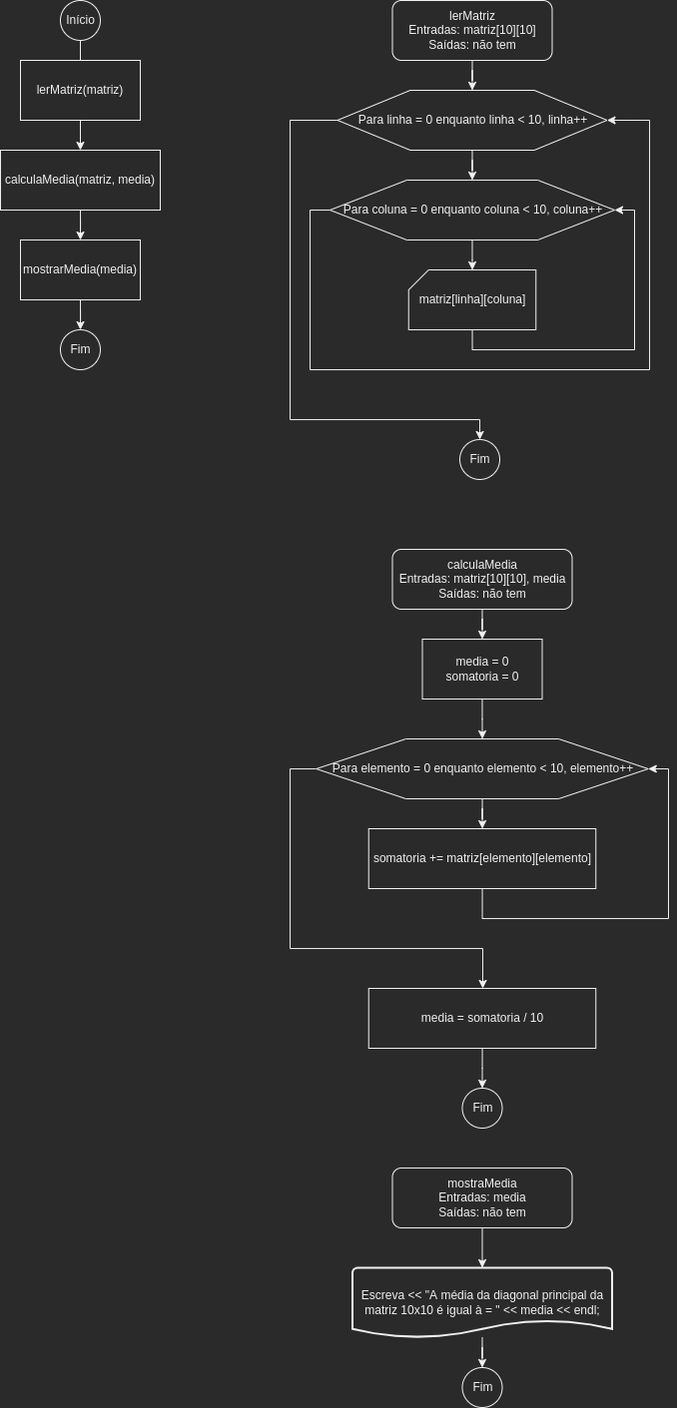
Above: semestre01/LOG1/Listas/Lista4-Vetores/Diagramas/imgs/ex1Matriz.drawio.png in Marchinner/Faculdade (draw.io), before the change. Source tidied: cells renumbered, new cells last; positions are measured from the earlier drawing's top-left corner, leaving out a move shared by most shapes. Its diagram source:
```xml
<mxGraphModel>
  <root>
    <mxCell id="0" />
    <mxCell id="1" parent="0" />
    <mxCell id="2" style="edgeStyle=orthogonalEdgeStyle;rounded=0;jettySize=auto;html=1;" parent="1" edge="1" source="3" target="6">
      <mxGeometry relative="1" as="geometry" />
    </mxCell>
    <mxCell id="3" value="Início" style="verticalLabelPosition=middle;verticalAlign=middle;html=1;shape=mxgraph.flowchart.on-page_reference;labelPosition=center;align=center;" parent="1" vertex="1">
      <mxGeometry x="60" width="40" height="40" as="geometry" />
    </mxCell>
    <mxCell id="4" value="lerMatriz(matriz)" style="rounded=0;whiteSpace=wrap;html=1;" parent="1" vertex="1">
      <mxGeometry x="20" y="60" width="120" height="60" as="geometry" />
    </mxCell>
    <mxCell id="5" style="edgeStyle=orthogonalEdgeStyle;rounded=0;jettySize=auto;html=1;" parent="1" edge="1" source="6" target="8">
      <mxGeometry relative="1" as="geometry" />
    </mxCell>
    <mxCell id="6" value="calculaMedia(matriz, media)" style="rounded=0;whiteSpace=wrap;html=1;" parent="1" vertex="1">
      <mxGeometry y="150" width="160" height="60" as="geometry" />
    </mxCell>
    <mxCell id="7" style="edgeStyle=orthogonalEdgeStyle;rounded=0;jettySize=auto;html=1;" parent="1" edge="1" source="8" target="9">
      <mxGeometry relative="1" as="geometry" />
    </mxCell>
    <mxCell id="8" value="mostrarMedia(media)" style="rounded=0;whiteSpace=wrap;html=1;" parent="1" vertex="1">
      <mxGeometry x="20" y="240" width="120" height="60" as="geometry" />
    </mxCell>
    <mxCell id="9" value="Fim" style="verticalLabelPosition=middle;verticalAlign=middle;html=1;shape=mxgraph.flowchart.on-page_reference;labelPosition=center;align=center;" parent="1" vertex="1">
      <mxGeometry x="60" y="330" width="40" height="40" as="geometry" />
    </mxCell>
    <mxCell id="10" style="edgeStyle=orthogonalEdgeStyle;rounded=0;jettySize=auto;html=1;" parent="1" edge="1" source="11" target="14">
      <mxGeometry relative="1" as="geometry" />
    </mxCell>
    <mxCell id="11" value="lerMatriz&lt;br&gt;Entradas: matriz[10][10]&lt;br&gt;Saídas: não tem" style="rounded=1;whiteSpace=wrap;html=1;" parent="1" vertex="1">
      <mxGeometry x="392.5" width="160" height="60" as="geometry" />
    </mxCell>
    <mxCell id="12" style="edgeStyle=orthogonalEdgeStyle;rounded=0;jettySize=auto;html=1;" parent="1" edge="1" source="14" target="17">
      <mxGeometry relative="1" as="geometry" />
    </mxCell>
    <mxCell id="13" style="edgeStyle=orthogonalEdgeStyle;rounded=0;jettySize=auto;html=1;" parent="1" edge="1" source="14" target="20">
      <mxGeometry relative="1" as="geometry">
        <Array as="points">
          <mxPoint x="290" y="120" />
          <mxPoint x="290" y="420" />
          <mxPoint x="480" y="420" />
        </Array>
      </mxGeometry>
    </mxCell>
    <mxCell id="14" value="Para linha = 0 enquanto linha &amp;lt; 10, linha++" style="verticalLabelPosition=middle;verticalAlign=middle;html=1;shape=hexagon;perimeter=hexagonPerimeter2;arcSize=6;size=0.27;labelPosition=center;align=center;" parent="1" vertex="1">
      <mxGeometry x="337.5" y="90" width="270" height="60" as="geometry" />
    </mxCell>
    <mxCell id="15" style="edgeStyle=orthogonalEdgeStyle;rounded=0;jettySize=auto;html=1;" parent="1" edge="1" source="17" target="19">
      <mxGeometry relative="1" as="geometry" />
    </mxCell>
    <mxCell id="16" style="edgeStyle=orthogonalEdgeStyle;rounded=0;jettySize=auto;html=1;entryX=1;entryY=0.5;entryDx=0;entryDy=0;" parent="1" edge="1" source="17" target="14">
      <mxGeometry relative="1" as="geometry">
        <Array as="points">
          <mxPoint x="310" y="210" />
          <mxPoint x="310" y="370" />
          <mxPoint x="650" y="370" />
          <mxPoint x="650" y="120" />
        </Array>
      </mxGeometry>
    </mxCell>
    <mxCell id="17" value="Para coluna = 0 enquanto coluna &amp;lt; 10, coluna++" style="verticalLabelPosition=middle;verticalAlign=middle;html=1;shape=hexagon;perimeter=hexagonPerimeter2;arcSize=6;size=0.27;labelPosition=center;align=center;" parent="1" vertex="1">
      <mxGeometry x="330" y="180" width="285" height="60" as="geometry" />
    </mxCell>
    <mxCell id="18" style="edgeStyle=orthogonalEdgeStyle;rounded=0;jettySize=auto;html=1;entryX=1;entryY=0.5;entryDx=0;entryDy=0;" parent="1" edge="1" source="19" target="17">
      <mxGeometry relative="1" as="geometry">
        <Array as="points">
          <mxPoint x="473" y="350" />
          <mxPoint x="635" y="350" />
          <mxPoint x="635" y="210" />
        </Array>
      </mxGeometry>
    </mxCell>
    <mxCell id="19" value="matriz[linha][coluna]" style="verticalLabelPosition=middle;verticalAlign=middle;html=1;shape=card;whiteSpace=wrap;size=20;arcSize=12;labelPosition=center;align=center;" parent="1" vertex="1">
      <mxGeometry x="408.8" y="270" width="127.5" height="60" as="geometry" />
    </mxCell>
    <mxCell id="20" value="Fim" style="verticalLabelPosition=middle;verticalAlign=middle;html=1;shape=mxgraph.flowchart.on-page_reference;labelPosition=center;align=center;" parent="1" vertex="1">
      <mxGeometry x="460" y="440" width="40" height="40" as="geometry" />
    </mxCell>
    <mxCell id="21" style="edgeStyle=orthogonalEdgeStyle;rounded=0;jettySize=auto;html=1;" parent="1" edge="1" source="22" target="27">
      <mxGeometry relative="1" as="geometry" />
    </mxCell>
    <mxCell id="22" value="calculaMedia&lt;br&gt;Entradas: matriz[10][10], media&lt;br&gt;Saídas: não tem" style="rounded=1;whiteSpace=wrap;html=1;" parent="1" vertex="1">
      <mxGeometry x="392.5" y="550" width="180" height="60" as="geometry" />
    </mxCell>
    <mxCell id="23" style="edgeStyle=orthogonalEdgeStyle;rounded=0;jettySize=auto;html=1;" parent="1" edge="1" source="25" target="29">
      <mxGeometry relative="1" as="geometry" />
    </mxCell>
    <mxCell id="24" style="edgeStyle=orthogonalEdgeStyle;rounded=0;jettySize=auto;html=1;" parent="1" edge="1" source="25" target="31">
      <mxGeometry relative="1" as="geometry">
        <Array as="points">
          <mxPoint x="290" y="770" />
          <mxPoint x="290" y="950" />
          <mxPoint x="483" y="950" />
        </Array>
      </mxGeometry>
    </mxCell>
    <mxCell id="25" value="Para elemento = 0 enquanto elemento &amp;lt; 10, elemento++" style="verticalLabelPosition=middle;verticalAlign=middle;html=1;shape=hexagon;perimeter=hexagonPerimeter2;arcSize=6;size=0.27;labelPosition=center;align=center;" parent="1" vertex="1">
      <mxGeometry x="316.2" y="740" width="332.5" height="60" as="geometry" />
    </mxCell>
    <mxCell id="26" style="edgeStyle=orthogonalEdgeStyle;rounded=0;jettySize=auto;html=1;" parent="1" edge="1" source="27" target="25">
      <mxGeometry relative="1" as="geometry" />
    </mxCell>
    <mxCell id="27" value="media = 0&lt;br&gt;somatoria = 0" style="rounded=0;whiteSpace=wrap;html=1;" parent="1" vertex="1">
      <mxGeometry x="422.5" y="640" width="120" height="60" as="geometry" />
    </mxCell>
    <mxCell id="28" style="edgeStyle=orthogonalEdgeStyle;rounded=0;jettySize=auto;html=1;entryX=1;entryY=0.5;entryDx=0;entryDy=0;" parent="1" edge="1" source="29" target="25">
      <mxGeometry relative="1" as="geometry">
        <Array as="points">
          <mxPoint x="483" y="920" />
          <mxPoint x="669" y="920" />
          <mxPoint x="669" y="770" />
        </Array>
      </mxGeometry>
    </mxCell>
    <mxCell id="29" value="somatoria += matriz[elemento][elemento]" style="rounded=0;whiteSpace=wrap;html=1;" parent="1" vertex="1">
      <mxGeometry x="368.8" y="830" width="227.5" height="60" as="geometry" />
    </mxCell>
    <mxCell id="30" style="edgeStyle=orthogonalEdgeStyle;rounded=0;jettySize=auto;html=1;" parent="1" edge="1" source="31" target="32">
      <mxGeometry relative="1" as="geometry" />
    </mxCell>
    <mxCell id="31" value="media = somatoria / 10" style="rounded=0;whiteSpace=wrap;html=1;" parent="1" vertex="1">
      <mxGeometry x="368.8" y="990" width="227.5" height="60" as="geometry" />
    </mxCell>
    <mxCell id="32" value="Fim" style="verticalLabelPosition=middle;verticalAlign=middle;html=1;shape=mxgraph.flowchart.on-page_reference;labelPosition=center;align=center;" parent="1" vertex="1">
      <mxGeometry x="462.5" y="1090" width="40" height="40" as="geometry" />
    </mxCell>
    <mxCell id="33" style="edgeStyle=orthogonalEdgeStyle;rounded=0;jettySize=auto;html=1;" parent="1" edge="1" source="34" target="36">
      <mxGeometry relative="1" as="geometry" />
    </mxCell>
    <mxCell id="34" value="mostraMedia&lt;br&gt;Entradas: media&lt;br&gt;Saídas: não tem" style="rounded=1;whiteSpace=wrap;html=1;" parent="1" vertex="1">
      <mxGeometry x="392.5" y="1170" width="180" height="60" as="geometry" />
    </mxCell>
    <mxCell id="35" style="edgeStyle=orthogonalEdgeStyle;rounded=0;jettySize=auto;html=1;" parent="1" edge="1" source="36" target="37">
      <mxGeometry relative="1" as="geometry" />
    </mxCell>
    <mxCell id="36" value="Escreva &amp;lt;&amp;lt; &quot;A média da diagonal principal da matriz 10x10 é igual à = &quot; &amp;lt;&amp;lt; media &amp;lt;&amp;lt; endl;" style="strokeWidth=2;html=1;shape=mxgraph.flowchart.document2;whiteSpace=wrap;size=0.25;" parent="1" vertex="1">
      <mxGeometry x="352.5" y="1270" width="260" height="70" as="geometry" />
    </mxCell>
    <mxCell id="37" value="Fim" style="verticalLabelPosition=middle;verticalAlign=middle;html=1;shape=mxgraph.flowchart.on-page_reference;labelPosition=center;align=center;" parent="1" vertex="1">
      <mxGeometry x="462.5" y="1370" width="40" height="40" as="geometry" />
    </mxCell>
  </root>
</mxGraphModel>
```
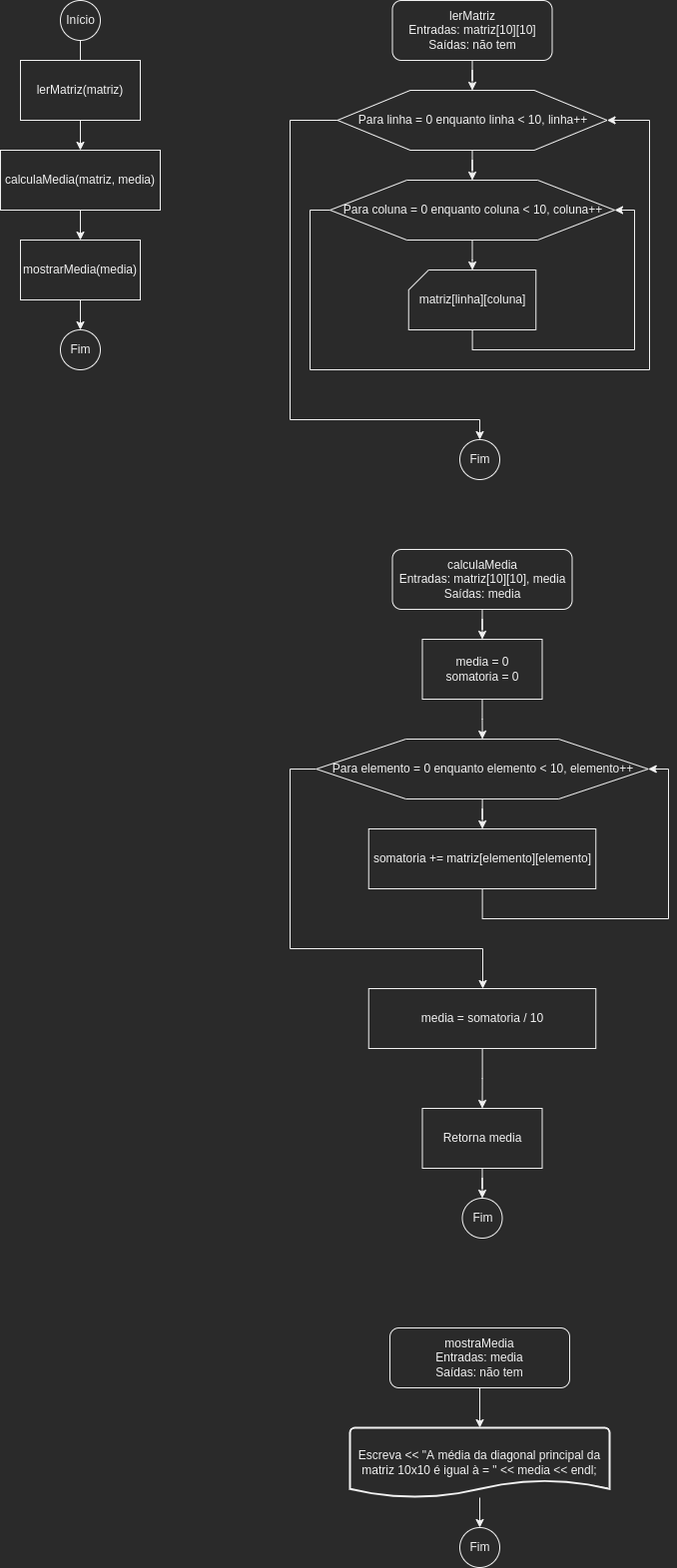
The same diagram one commit later.

Change to the diagram source:
```diff
@@ -81,7 +81,7 @@
     <mxCell id="21" style="edgeStyle=orthogonalEdgeStyle;rounded=0;jettySize=auto;html=1;" parent="1" edge="1" source="22" target="27">
       <mxGeometry relative="1" as="geometry" />
     </mxCell>
-    <mxCell id="22" value="calculaMedia&lt;br&gt;Entradas: matriz[10][10], media&lt;br&gt;Saídas: não tem" style="rounded=1;whiteSpace=wrap;html=1;" parent="1" vertex="1">
+    <mxCell id="22" value="calculaMedia&lt;br&gt;Entradas: matriz[10][10], media&lt;br&gt;Saídas: media" style="rounded=1;whiteSpace=wrap;html=1;" parent="1" vertex="1">
       <mxGeometry x="392.5" y="550" width="180" height="60" as="geometry" />
     </mxCell>
     <mxCell id="23" style="edgeStyle=orthogonalEdgeStyle;rounded=0;jettySize=auto;html=1;" parent="1" edge="1" source="25" target="29">
@@ -117,29 +117,35 @@
     <mxCell id="29" value="somatoria += matriz[elemento][elemento]" style="rounded=0;whiteSpace=wrap;html=1;" parent="1" vertex="1">
       <mxGeometry x="368.8" y="830" width="227.5" height="60" as="geometry" />
     </mxCell>
-    <mxCell id="30" style="edgeStyle=orthogonalEdgeStyle;rounded=0;jettySize=auto;html=1;" parent="1" edge="1" source="31" target="32">
-      <mxGeometry relative="1" as="geometry" />
-    </mxCell>
+    <mxCell id="38" style="edgeStyle=orthogonalEdgeStyle;rounded=0;jettySize=auto;html=1;" parent="1" edge="1" source="31" target="40">
+      <mxGeometry relative="1" as="geometry" />
+    </mxCell>
     <mxCell id="31" value="media = somatoria / 10" style="rounded=0;whiteSpace=wrap;html=1;" parent="1" vertex="1">
       <mxGeometry x="368.8" y="990" width="227.5" height="60" as="geometry" />
     </mxCell>
     <mxCell id="32" value="Fim" style="verticalLabelPosition=middle;verticalAlign=middle;html=1;shape=mxgraph.flowchart.on-page_reference;labelPosition=center;align=center;" parent="1" vertex="1">
-      <mxGeometry x="462.5" y="1090" width="40" height="40" as="geometry" />
+      <mxGeometry x="462.5" y="1200" width="40" height="40" as="geometry" />
     </mxCell>
     <mxCell id="33" style="edgeStyle=orthogonalEdgeStyle;rounded=0;jettySize=auto;html=1;" parent="1" edge="1" source="34" target="36">
       <mxGeometry relative="1" as="geometry" />
     </mxCell>
     <mxCell id="34" value="mostraMedia&lt;br&gt;Entradas: media&lt;br&gt;Saídas: não tem" style="rounded=1;whiteSpace=wrap;html=1;" parent="1" vertex="1">
-      <mxGeometry x="392.5" y="1170" width="180" height="60" as="geometry" />
+      <mxGeometry x="390" y="1330" width="180" height="60" as="geometry" />
     </mxCell>
     <mxCell id="35" style="edgeStyle=orthogonalEdgeStyle;rounded=0;jettySize=auto;html=1;" parent="1" edge="1" source="36" target="37">
       <mxGeometry relative="1" as="geometry" />
     </mxCell>
     <mxCell id="36" value="Escreva &amp;lt;&amp;lt; &quot;A média da diagonal principal da matriz 10x10 é igual à = &quot; &amp;lt;&amp;lt; media &amp;lt;&amp;lt; endl;" style="strokeWidth=2;html=1;shape=mxgraph.flowchart.document2;whiteSpace=wrap;size=0.25;" parent="1" vertex="1">
-      <mxGeometry x="352.5" y="1270" width="260" height="70" as="geometry" />
+      <mxGeometry x="350" y="1430" width="260" height="70" as="geometry" />
     </mxCell>
     <mxCell id="37" value="Fim" style="verticalLabelPosition=middle;verticalAlign=middle;html=1;shape=mxgraph.flowchart.on-page_reference;labelPosition=center;align=center;" parent="1" vertex="1">
-      <mxGeometry x="462.5" y="1370" width="40" height="40" as="geometry" />
+      <mxGeometry x="460" y="1530" width="40" height="40" as="geometry" />
     </mxCell>
+    <mxCell id="39" style="edgeStyle=orthogonalEdgeStyle;rounded=0;jettySize=auto;html=1;" parent="1" edge="1" source="40" target="32">
+      <mxGeometry relative="1" as="geometry" />
+    </mxCell>
+    <mxCell id="40" value="Retorna media" style="rounded=0;whiteSpace=wrap;html=1;" parent="1" vertex="1">
+      <mxGeometry x="422.5" y="1110" width="120" height="60" as="geometry" />
+    </mxCell>
   </root>
 </mxGraphModel>
```
